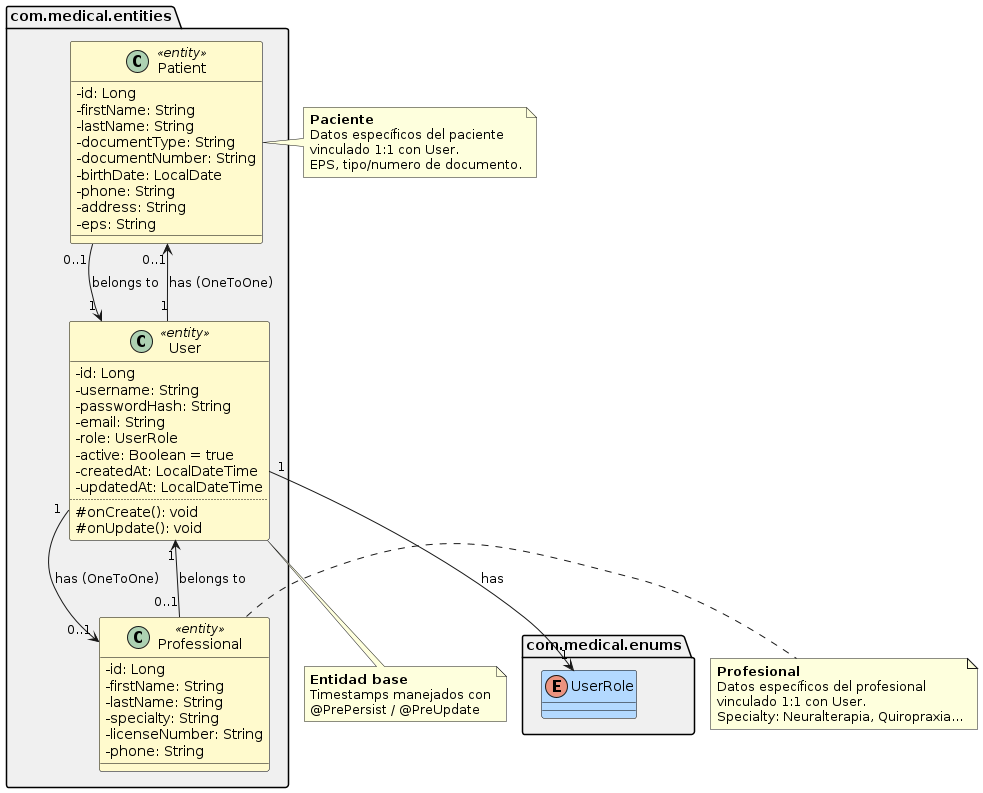
LeyderCeronM/Proyecto_piedra_azul keeps this PlantUML diagram as services/users-service/docs/modeling/uml/diagrams/EntitiesRelations.png. Above is the earlier version. Its diagram source:
```plantuml
@startuml EntitiesRelations

skinparam classAttributeIconSize 0
skinparam defaultFontName SansSerif

package "com.medical.entities" as entityPkg #F0F0F0 {

  class User <<entity>> #FFFACD;line:Black {
    {field} -id: Long
    {field} -username: String
    {field} -passwordHash: String
    {field} -email: String
    {field} -role: UserRole
    {field} -active: Boolean = true
    {field} -createdAt: LocalDateTime
    {field} -updatedAt: LocalDateTime
    ..
    {method} #onCreate(): void
    {method} #onUpdate(): void
  }

  class Patient <<entity>> #FFFACD;line:Black {
    {field} -id: Long
    {field} -firstName: String
    {field} -lastName: String
    {field} -documentType: String
    {field} -documentNumber: String
    {field} -birthDate: LocalDate
    {field} -phone: String
    {field} -address: String
    {field} -eps: String
  }

  class Professional <<entity>> #FFFACD;line:Black {
    {field} -id: Long
    {field} -firstName: String
    {field} -lastName: String
    {field} -specialty: String
    {field} -licenseNumber: String
    {field} -phone: String
  }

}

package "com.medical.enums" as enumPkg #F0F0F0 {
  enum UserRole #B3D9FF;line:Black
}

User "1" --> "1" UserRole : "has"

User "1" --> "0..1" Patient : "has (OneToOne)"
Patient "0..1" --> "1" User : "belongs to"

User "1" --> "0..1" Professional : "has (OneToOne)"
Professional "0..1" --> "1" User : "belongs to"

note bottom of User
  **Entidad base**
  Timestamps manejados con
  @PrePersist / @PreUpdate
end note

note right of Patient
  **Paciente**
  Datos específicos del paciente
  vinculado 1:1 con User.
  EPS, tipo/numero de documento.
end note

note right of Professional
  **Profesional**
  Datos específicos del profesional
  vinculado 1:1 con User.
  Specialty: Neuralterapia, Quiropraxia...
end note

@enduml
```
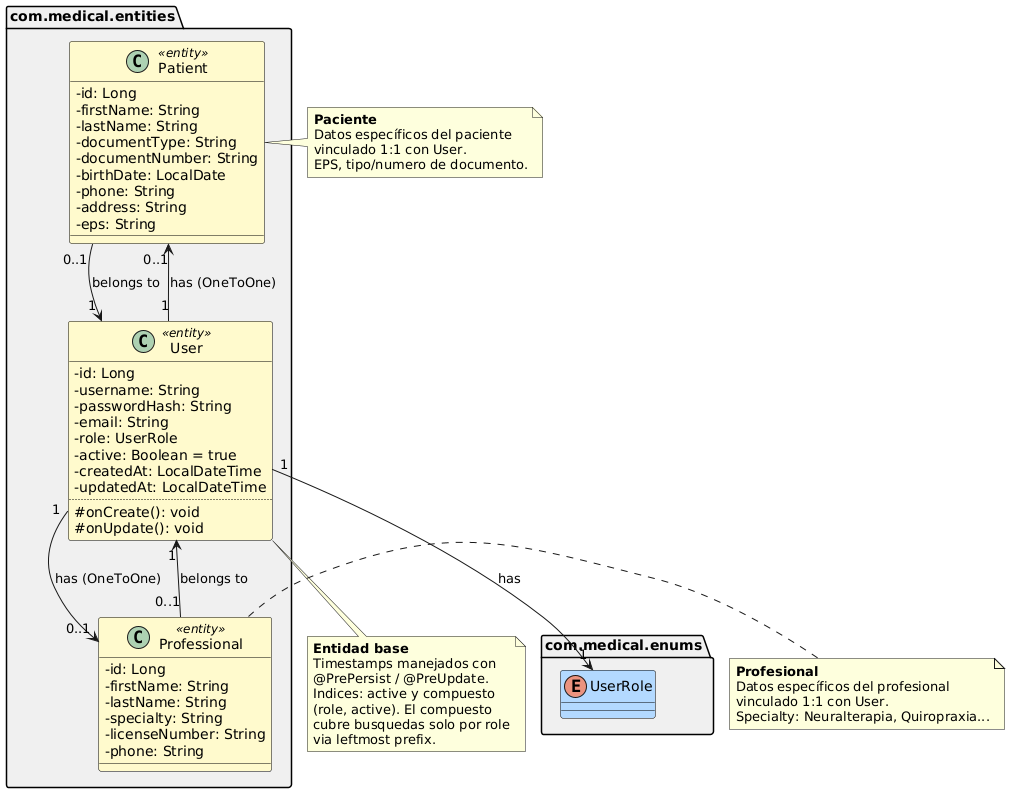
After the commit.

The edit, as a diff of the source:
```diff
@@ -57,7 +57,11 @@
 note bottom of User
   **Entidad base**
   Timestamps manejados con
-  @PrePersist / @PreUpdate
+  @PrePersist / @PreUpdate.
+  Indices: active y compuesto
+  (role, active). El compuesto
+  cubre busquedas solo por role
+  via leftmost prefix.
 end note
 
 note right of Patient
```
